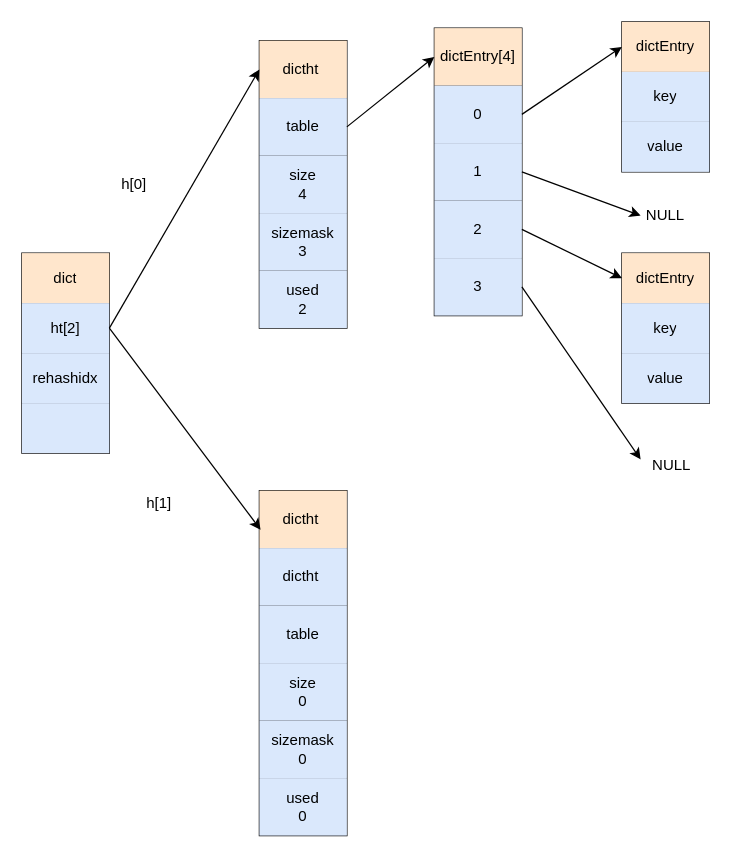
The draw.io diagram redis/dict.drawio in erlieStar/diagrams, before the edit. Source tidied: cells renumbered, new cells numbered last; positions are measured from the earlier drawing's top-left corner, leaving out a move shared by most shapes. Both pictures are drawn from the tidied source at 125%, with x=0, y=0 at pixel (21, 21).
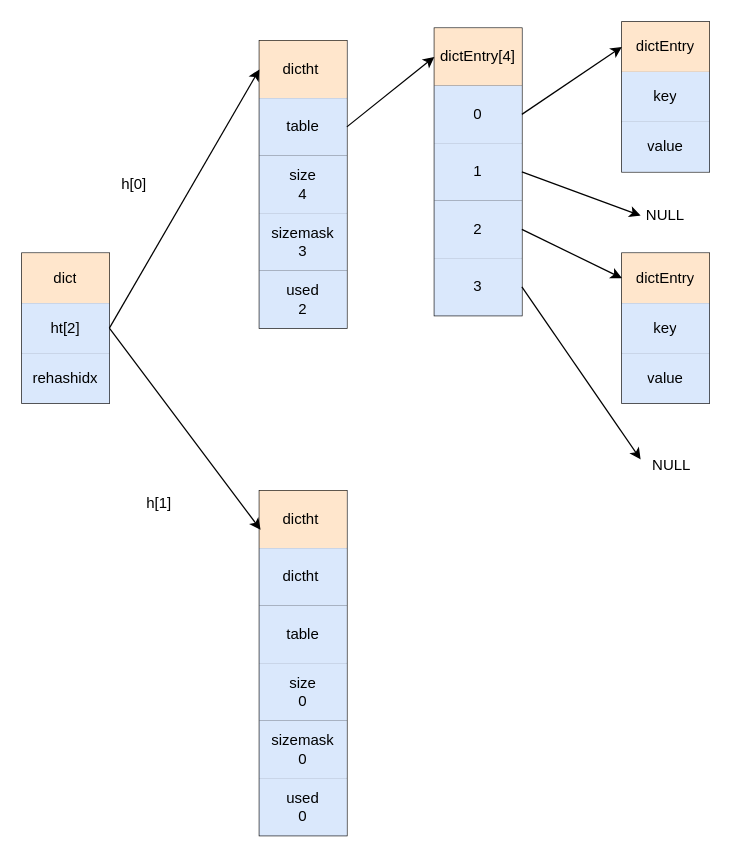
The same diagram, later.

Diff of the diagram source:
```diff
@@
     <mxCell id="2" style="shape=table;html=1;whiteSpace=wrap;startSize=0;childLayout=tableLayout;" parent="1" vertex="1">
-      <mxGeometry y="185" width="70" height="160" as="geometry" />
+      <mxGeometry y="185" width="70" height="120" as="geometry" />
     </mxCell>
@@
-    <mxCell id="9" style="shape=partialRectangle;html=1;whiteSpace=wrap;fillColor=none;top=0;left=0;bottom=0;right=0;" parent="2" vertex="1">
-      <mxGeometry y="120" width="70" height="40" as="geometry" />
-    </mxCell>
-    <mxCell id="10" style="shape=partialRectangle;html=1;whiteSpace=wrap;fillColor=#dae8fc;top=0;left=0;bottom=0;right=0;overflow=hidden;strokeColor=#6c8ebf;" parent="9" vertex="1">
-      <mxGeometry width="70" height="40" as="geometry" />
-    </mxCell>
```
